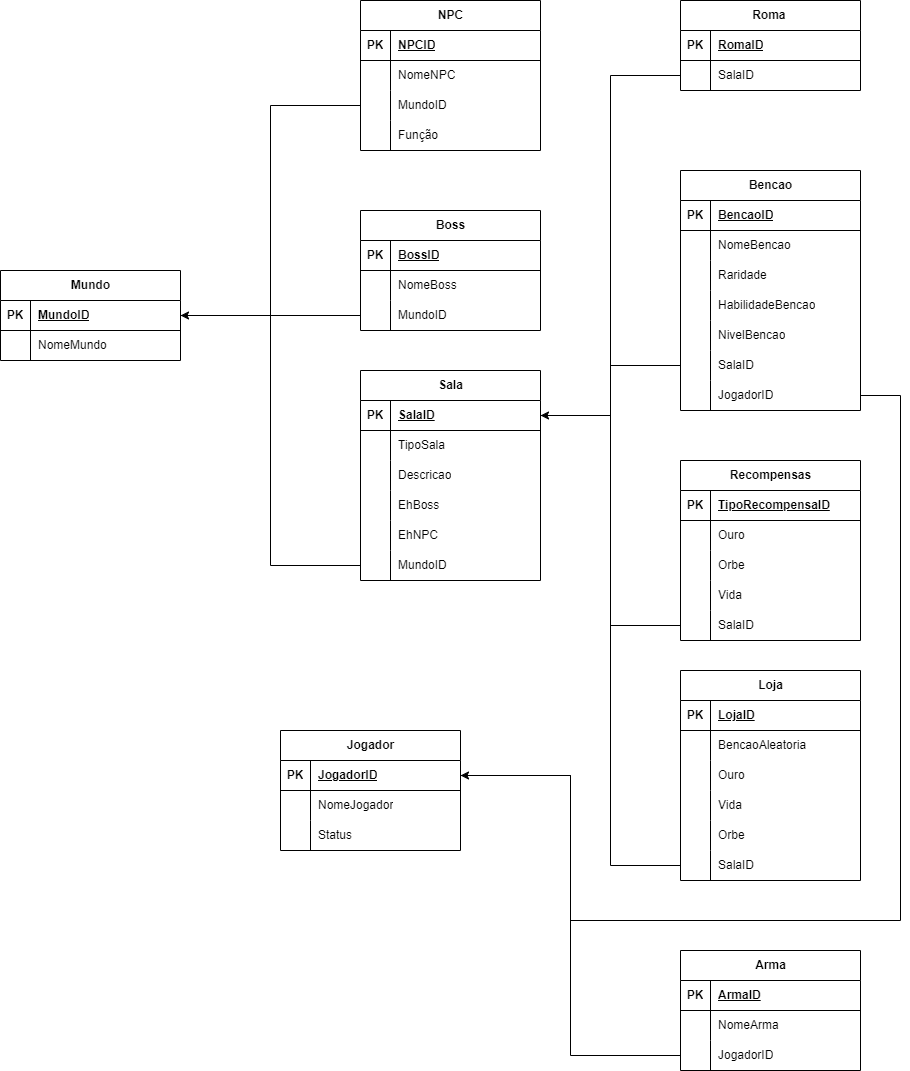
This is images/MER.png from SBD1/2023.2-Dark-Souls, a draw.io export, as it was before one commit. Source tidied: cells renumbered, new cells last; positions are measured from the earlier drawing's top-left corner, leaving out a move shared by most shapes.
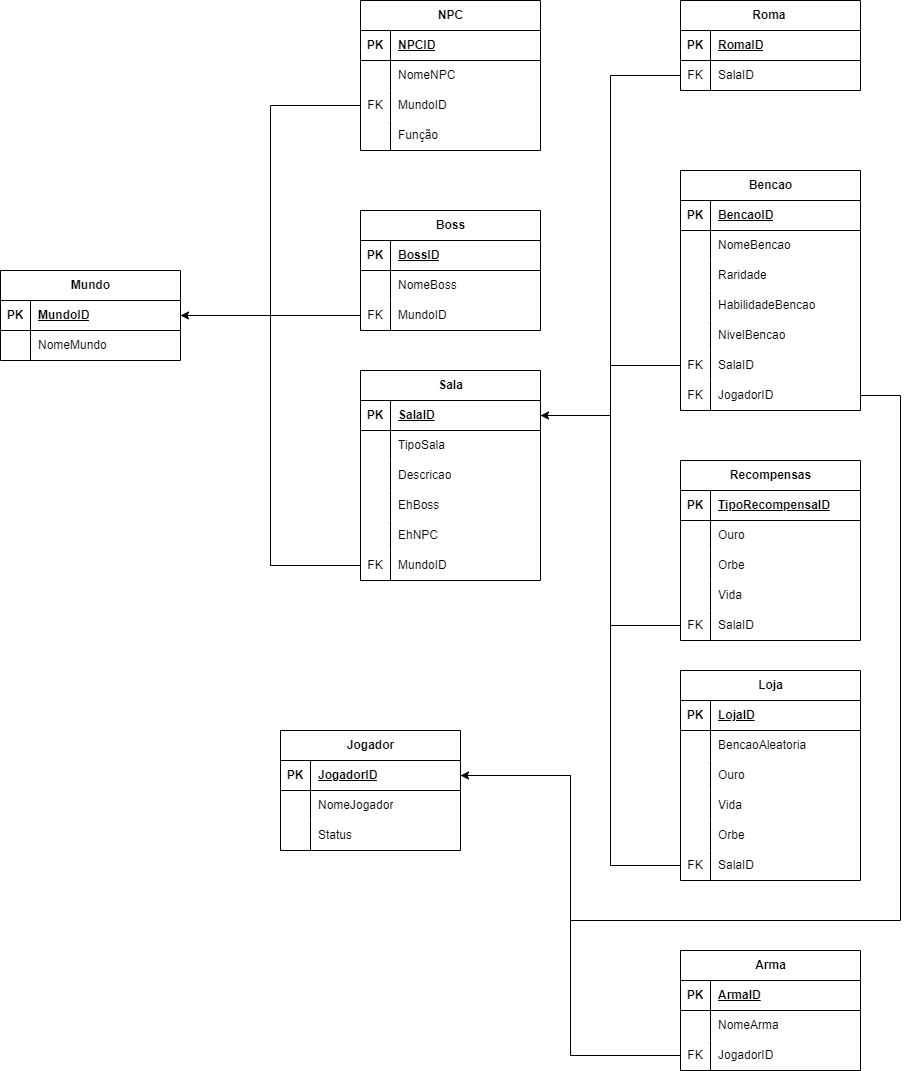
Later version of the same file.

Diff of the diagram source:
```diff
@@ -47,7 +47,7 @@
     <mxCell id="16" style="shape=tableRow;horizontal=0;startSize=0;swimlaneHead=0;swimlaneBody=0;fillColor=none;points=[[0,0.5],[1,0.5]];portConstraint=eastwest;top=0;left=0;right=0;bottom=0;" parent="9" vertex="1">
       <mxGeometry y="90" width="180" height="30" as="geometry" />
     </mxCell>
-    <mxCell id="17" style="shape=partialRectangle;fillColor=none;top=0;left=0;bottom=0;right=0;overflow=hidden;whiteSpace=wrap;html=1;" parent="16" vertex="1">
+    <mxCell id="17" value="FK" style="shape=partialRectangle;fillColor=none;top=0;left=0;bottom=0;right=0;overflow=hidden;whiteSpace=wrap;html=1;" parent="16" vertex="1">
       <mxGeometry width="30" height="30" as="geometry" />
     </mxCell>
     <mxCell id="18" value="MundoID" style="shape=partialRectangle;fillColor=none;top=0;left=0;bottom=0;right=0;align=left;spacingLeft=6;overflow=hidden;whiteSpace=wrap;html=1;" parent="16" vertex="1">
@@ -86,7 +86,7 @@
     <mxCell id="29" style="shape=tableRow;horizontal=0;startSize=0;swimlaneHead=0;swimlaneBody=0;fillColor=none;points=[[0,0.5],[1,0.5]];portConstraint=eastwest;top=0;left=0;right=0;bottom=0;" parent="22" vertex="1">
       <mxGeometry y="90" width="180" height="30" as="geometry" />
     </mxCell>
-    <mxCell id="30" style="shape=partialRectangle;fillColor=none;top=0;left=0;bottom=0;right=0;overflow=hidden;whiteSpace=wrap;html=1;" parent="29" vertex="1">
+    <mxCell id="30" value="FK" style="shape=partialRectangle;fillColor=none;top=0;left=0;bottom=0;right=0;overflow=hidden;whiteSpace=wrap;html=1;" parent="29" vertex="1">
       <mxGeometry width="30" height="30" as="geometry" />
     </mxCell>
     <mxCell id="31" value="MundoID" style="shape=partialRectangle;fillColor=none;top=0;left=0;bottom=0;right=0;align=left;spacingLeft=6;overflow=hidden;whiteSpace=wrap;html=1;" parent="29" vertex="1">
@@ -143,7 +143,7 @@
     <mxCell id="48" style="shape=tableRow;horizontal=0;startSize=0;swimlaneHead=0;swimlaneBody=0;fillColor=none;points=[[0,0.5],[1,0.5]];portConstraint=eastwest;top=0;left=0;right=0;bottom=0;" parent="32" vertex="1">
       <mxGeometry y="180" width="180" height="30" as="geometry" />
     </mxCell>
-    <mxCell id="49" style="shape=partialRectangle;fillColor=none;top=0;left=0;bottom=0;right=0;overflow=hidden;whiteSpace=wrap;html=1;" parent="48" vertex="1">
+    <mxCell id="49" value="FK" style="shape=partialRectangle;fillColor=none;top=0;left=0;bottom=0;right=0;overflow=hidden;whiteSpace=wrap;html=1;" parent="48" vertex="1">
       <mxGeometry width="30" height="30" as="geometry" />
     </mxCell>
     <mxCell id="50" value="MundoID" style="shape=partialRectangle;fillColor=none;top=0;left=0;bottom=0;right=0;align=left;spacingLeft=6;overflow=hidden;whiteSpace=wrap;html=1;" parent="48" vertex="1">
@@ -164,7 +164,7 @@
     <mxCell id="55" style="shape=tableRow;horizontal=0;startSize=0;swimlaneHead=0;swimlaneBody=0;fillColor=none;points=[[0,0.5],[1,0.5]];portConstraint=eastwest;top=0;left=0;right=0;bottom=0;" parent="51" vertex="1">
       <mxGeometry y="60" width="180" height="30" as="geometry" />
     </mxCell>
-    <mxCell id="56" style="shape=partialRectangle;fillColor=none;top=0;left=0;bottom=0;right=0;overflow=hidden;whiteSpace=wrap;html=1;" parent="55" vertex="1">
+    <mxCell id="56" value="FK" style="shape=partialRectangle;fillColor=none;top=0;left=0;bottom=0;right=0;overflow=hidden;whiteSpace=wrap;html=1;" parent="55" vertex="1">
       <mxGeometry width="30" height="30" as="geometry" />
     </mxCell>
     <mxCell id="57" value="SalaID" style="shape=partialRectangle;fillColor=none;top=0;left=0;bottom=0;right=0;align=left;spacingLeft=6;overflow=hidden;whiteSpace=wrap;html=1;" parent="55" vertex="1">
@@ -194,7 +194,7 @@
     <mxCell id="65" style="shape=tableRow;horizontal=0;startSize=0;swimlaneHead=0;swimlaneBody=0;fillColor=none;points=[[0,0.5],[1,0.5]];portConstraint=eastwest;top=0;left=0;right=0;bottom=0;" parent="58" vertex="1">
       <mxGeometry y="90" width="180" height="30" as="geometry" />
     </mxCell>
-    <mxCell id="66" style="shape=partialRectangle;fillColor=none;top=0;left=0;bottom=0;right=0;overflow=hidden;whiteSpace=wrap;html=1;" parent="65" vertex="1">
+    <mxCell id="66" value="FK" style="shape=partialRectangle;fillColor=none;top=0;left=0;bottom=0;right=0;overflow=hidden;whiteSpace=wrap;html=1;" parent="65" vertex="1">
       <mxGeometry width="30" height="30" as="geometry" />
     </mxCell>
     <mxCell id="67" value="JogadorID" style="shape=partialRectangle;fillColor=none;top=0;left=0;bottom=0;right=0;align=left;spacingLeft=6;overflow=hidden;whiteSpace=wrap;html=1;" parent="65" vertex="1">
@@ -281,7 +281,7 @@
     <mxCell id="94" style="shape=tableRow;horizontal=0;startSize=0;swimlaneHead=0;swimlaneBody=0;fillColor=none;points=[[0,0.5],[1,0.5]];portConstraint=eastwest;top=0;left=0;right=0;bottom=0;" parent="78" vertex="1">
       <mxGeometry y="180" width="180" height="30" as="geometry" />
     </mxCell>
-    <mxCell id="95" style="shape=partialRectangle;fillColor=none;top=0;left=0;bottom=0;right=0;overflow=hidden;whiteSpace=wrap;html=1;" parent="94" vertex="1">
+    <mxCell id="95" value="FK" style="shape=partialRectangle;fillColor=none;top=0;left=0;bottom=0;right=0;overflow=hidden;whiteSpace=wrap;html=1;" parent="94" vertex="1">
       <mxGeometry width="30" height="30" as="geometry" />
     </mxCell>
     <mxCell id="96" value="SalaID" style="shape=partialRectangle;fillColor=none;top=0;left=0;bottom=0;right=0;align=left;spacingLeft=6;overflow=hidden;whiteSpace=wrap;html=1;" parent="94" vertex="1">
@@ -290,7 +290,7 @@
     <mxCell id="97" style="shape=tableRow;horizontal=0;startSize=0;swimlaneHead=0;swimlaneBody=0;fillColor=none;points=[[0,0.5],[1,0.5]];portConstraint=eastwest;top=0;left=0;right=0;bottom=0;" parent="78" vertex="1">
       <mxGeometry y="210" width="180" height="30" as="geometry" />
     </mxCell>
-    <mxCell id="98" style="shape=partialRectangle;fillColor=none;top=0;left=0;bottom=0;right=0;overflow=hidden;whiteSpace=wrap;html=1;" parent="97" vertex="1">
+    <mxCell id="98" value="FK" style="shape=partialRectangle;fillColor=none;top=0;left=0;bottom=0;right=0;overflow=hidden;whiteSpace=wrap;html=1;" parent="97" vertex="1">
       <mxGeometry width="30" height="30" as="geometry" />
     </mxCell>
     <mxCell id="99" value="JogadorID" style="shape=partialRectangle;fillColor=none;top=0;left=0;bottom=0;right=0;align=left;spacingLeft=6;overflow=hidden;whiteSpace=wrap;html=1;" parent="97" vertex="1">
@@ -353,7 +353,7 @@
     <mxCell id="118" style="shape=tableRow;horizontal=0;startSize=0;swimlaneHead=0;swimlaneBody=0;fillColor=none;points=[[0,0.5],[1,0.5]];portConstraint=eastwest;top=0;left=0;right=0;bottom=0;strokeColor=default;fontFamily=Helvetica;fontSize=12;fontColor=default;html=1;" parent="105" vertex="1">
       <mxGeometry y="150" width="180" height="30" as="geometry" />
     </mxCell>
-    <mxCell id="119" style="shape=partialRectangle;fillColor=none;top=0;left=0;bottom=0;right=0;overflow=hidden;whiteSpace=wrap;html=1;strokeColor=default;fontFamily=Helvetica;fontSize=12;fontColor=default;startSize=30;" parent="118" vertex="1">
+    <mxCell id="119" value="FK" style="shape=partialRectangle;fillColor=none;top=0;left=0;bottom=0;right=0;overflow=hidden;whiteSpace=wrap;html=1;strokeColor=default;fontFamily=Helvetica;fontSize=12;fontColor=default;startSize=30;" parent="118" vertex="1">
       <mxGeometry width="30" height="30" as="geometry" />
     </mxCell>
     <mxCell id="120" value="SalaID" style="shape=partialRectangle;fillColor=none;top=0;left=0;bottom=0;right=0;align=left;spacingLeft=6;overflow=hidden;whiteSpace=wrap;html=1;strokeColor=default;fontFamily=Helvetica;fontSize=12;fontColor=default;startSize=30;" parent="118" vertex="1">
@@ -410,7 +410,7 @@
     <mxCell id="137" style="shape=tableRow;horizontal=0;startSize=0;swimlaneHead=0;swimlaneBody=0;fillColor=none;points=[[0,0.5],[1,0.5]];portConstraint=eastwest;top=0;left=0;right=0;bottom=0;strokeColor=default;fontFamily=Helvetica;fontSize=12;fontColor=default;html=1;" parent="121" vertex="1">
       <mxGeometry y="180" width="180" height="30" as="geometry" />
     </mxCell>
-    <mxCell id="138" style="shape=partialRectangle;fillColor=none;top=0;left=0;bottom=0;right=0;overflow=hidden;whiteSpace=wrap;html=1;strokeColor=default;fontFamily=Helvetica;fontSize=12;fontColor=default;startSize=30;" parent="137" vertex="1">
+    <mxCell id="138" value="FK" style="shape=partialRectangle;fillColor=none;top=0;left=0;bottom=0;right=0;overflow=hidden;whiteSpace=wrap;html=1;strokeColor=default;fontFamily=Helvetica;fontSize=12;fontColor=default;startSize=30;" parent="137" vertex="1">
       <mxGeometry width="30" height="30" as="geometry" />
     </mxCell>
     <mxCell id="139" value="SalaID" style="shape=partialRectangle;fillColor=none;top=0;left=0;bottom=0;right=0;align=left;spacingLeft=6;overflow=hidden;whiteSpace=wrap;html=1;strokeColor=default;fontFamily=Helvetica;fontSize=12;fontColor=default;startSize=30;" parent="137" vertex="1">
```
